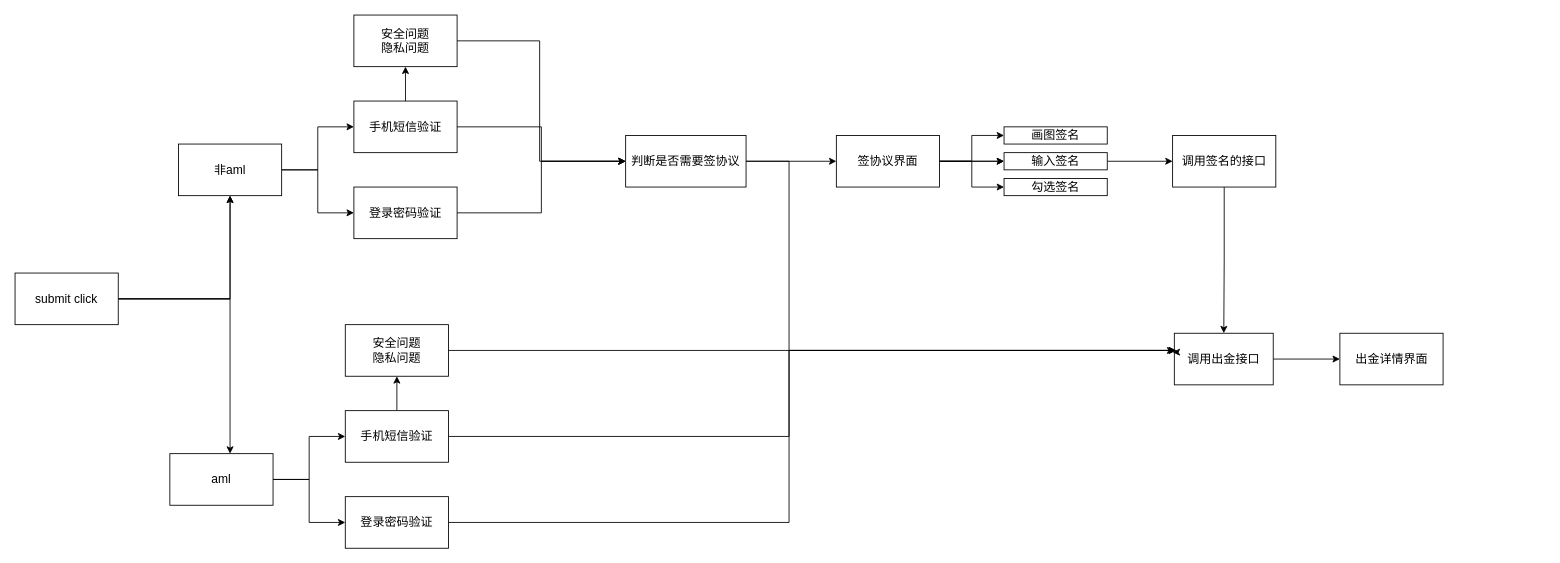
Above: page "美股出金流程" (6 of 6) of Untitled Diagram.drawio in damoOnly/school (draw.io), before the change. Source tidied: cells renumbered, new cells numbered last; positions are measured from the earlier drawing's top-left corner, leaving out a move shared by most shapes. Both pictures are drawn from the tidied source at 86%, with x=0, y=0 at pixel (15, 15).
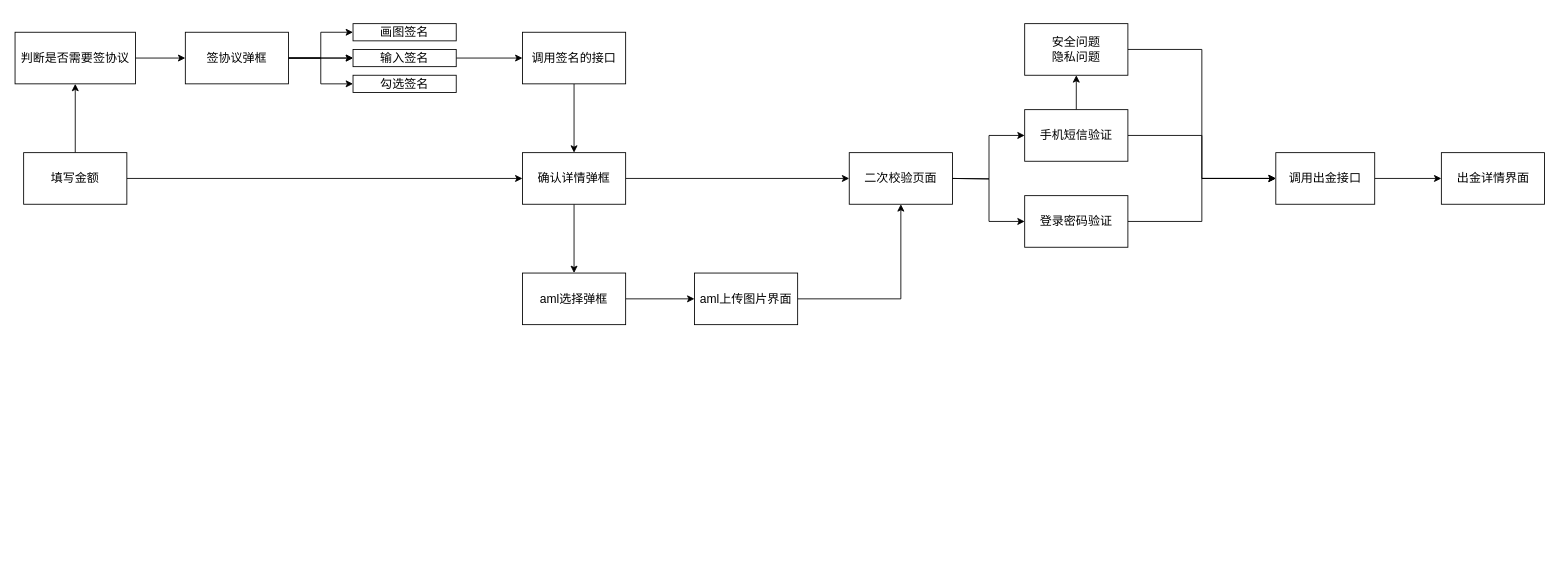
After the change.

The edit, as a diff of the source:
```diff
@@
-    <mxCell id="2" style="edgeStyle=orthogonalEdgeStyle;rounded=0;jettySize=auto;html=1;" parent="1" edge="1" source="5" target="8">
-      <mxGeometry relative="1" as="geometry" />
-    </mxCell>
-    <mxCell id="3" style="edgeStyle=orthogonalEdgeStyle;rounded=0;jettySize=auto;html=1;" parent="1" edge="1" source="5" target="8">
-      <mxGeometry relative="1" as="geometry" />
-    </mxCell>
-    <mxCell id="4" style="edgeStyle=orthogonalEdgeStyle;rounded=0;jettySize=auto;html=1;exitX=1;exitY=0.5;exitDx=0;exitDy=0;" parent="1" edge="1" source="5" target="11">
-      <mxGeometry relative="1" as="geometry">
-        <Array as="points">
-          <mxPoint x="250" y="330" />
-        </Array>
-      </mxGeometry>
-    </mxCell>
+    <mxCell id="43" style="edgeStyle=orthogonalEdgeStyle;rounded=0;jettySize=auto;html=1;" parent="1" edge="1" source="5" target="47">
+      <mxGeometry relative="1" as="geometry" />
+    </mxCell>
+    <mxCell id="44" style="edgeStyle=orthogonalEdgeStyle;rounded=0;jettySize=auto;html=1;entryX=0.5;entryY=1;entryDx=0;entryDy=0;" parent="1" edge="1" source="5" target="21">
+      <mxGeometry relative="1" as="geometry" />
+    </mxCell>
-    <mxCell id="5" value="submit click" style="rounded=0;whiteSpace=wrap;html=1;fontSize=14;" parent="1" vertex="1">
-      <mxGeometry y="300" width="120" height="60" as="geometry" />
+    <mxCell id="5" value="填写金额" style="rounded=0;whiteSpace=wrap;html=1;fontSize=14;" parent="1" vertex="1">
+      <mxGeometry x="10" y="160" width="120" height="60" as="geometry" />
     </mxCell>
-    <mxCell id="6" style="edgeStyle=orthogonalEdgeStyle;rounded=0;jettySize=auto;html=1;" parent="1" edge="1" source="8" target="14">
-      <mxGeometry relative="1" as="geometry" />
-    </mxCell>
-    <mxCell id="7" style="edgeStyle=orthogonalEdgeStyle;rounded=0;jettySize=auto;html=1;" parent="1" edge="1" source="8" target="16">
-      <mxGeometry relative="1" as="geometry" />
-    </mxCell>
-    <mxCell id="8" value="非aml" style="whiteSpace=wrap;html=1;fontSize=14;rounded=0;" parent="1" vertex="1">
-      <mxGeometry x="190" y="150" width="120" height="60" as="geometry" />
-    </mxCell>
-    <mxCell id="9" style="edgeStyle=orthogonalEdgeStyle;rounded=0;jettySize=auto;html=1;entryX=0;entryY=0.5;entryDx=0;entryDy=0;" parent="1" edge="1" source="11" target="37">
-      <mxGeometry relative="1" as="geometry" />
-    </mxCell>
-    <mxCell id="10" style="edgeStyle=orthogonalEdgeStyle;rounded=0;jettySize=auto;html=1;entryX=0;entryY=0.5;entryDx=0;entryDy=0;" parent="1" edge="1" source="11" target="39">
-      <mxGeometry relative="1" as="geometry" />
-    </mxCell>
-    <mxCell id="11" value="aml" style="whiteSpace=wrap;html=1;fontSize=14;rounded=0;" parent="1" vertex="1">
-      <mxGeometry x="180" y="510" width="120" height="60" as="geometry" />
-    </mxCell>
-    <mxCell id="12" style="edgeStyle=orthogonalEdgeStyle;rounded=0;jettySize=auto;html=1;" parent="1" edge="1" source="14" target="18">
-      <mxGeometry relative="1" as="geometry" />
-    </mxCell>
-    <mxCell id="13" style="edgeStyle=orthogonalEdgeStyle;rounded=0;jettySize=auto;html=1;" parent="1" edge="1" source="14" target="21">
-      <mxGeometry relative="1" as="geometry" />
-    </mxCell>
-    <mxCell id="14" value="手机短信验证" style="whiteSpace=wrap;html=1;fontSize=14;rounded=0;" parent="1" vertex="1">
-      <mxGeometry x="394" y="100" width="120" height="60" as="geometry" />
-    </mxCell>
-    <mxCell id="15" style="edgeStyle=orthogonalEdgeStyle;rounded=0;jettySize=auto;html=1;entryX=0;entryY=0.5;entryDx=0;entryDy=0;" parent="1" edge="1" source="16" target="21">
-      <mxGeometry relative="1" as="geometry" />
-    </mxCell>
-    <mxCell id="16" value="登录密码验证" style="whiteSpace=wrap;html=1;fontSize=14;rounded=0;" parent="1" vertex="1">
-      <mxGeometry x="394" y="200" width="120" height="60" as="geometry" />
-    </mxCell>
-    <mxCell id="17" style="edgeStyle=orthogonalEdgeStyle;rounded=0;jettySize=auto;html=1;entryX=0;entryY=0.5;entryDx=0;entryDy=0;" parent="1" edge="1" source="18" target="21">
-      <mxGeometry relative="1" as="geometry">
-        <Array as="points">
-          <mxPoint x="610" y="30" />
-          <mxPoint x="610" y="170" />
-        </Array>
-      </mxGeometry>
-    </mxCell>
-    <mxCell id="18" value="安全问题&lt;br&gt;隐私问题" style="whiteSpace=wrap;html=1;fontSize=14;rounded=0;" parent="1" vertex="1">
-      <mxGeometry x="394" width="120" height="60" as="geometry" />
-    </mxCell>
-    <mxCell id="19" style="edgeStyle=orthogonalEdgeStyle;rounded=0;jettySize=auto;html=1;" parent="1" edge="1" source="21" target="23">
-      <mxGeometry relative="1" as="geometry">
-        <Array as="points">
-          <mxPoint x="900" y="170" />
-          <mxPoint x="900" y="390" />
-        </Array>
-      </mxGeometry>
-    </mxCell>
-    <mxCell id="20" style="edgeStyle=orthogonalEdgeStyle;rounded=0;jettySize=auto;html=1;" parent="1" edge="1" source="21" target="27">
-      <mxGeometry relative="1" as="geometry" />
-    </mxCell>
-    <mxCell id="21" value="判断是否需要签协议" style="whiteSpace=wrap;html=1;fontSize=14;rounded=0;" parent="1" vertex="1">
-      <mxGeometry x="710" y="140" width="140" height="60" as="geometry" />
-    </mxCell>
+    <mxCell id="45" style="edgeStyle=orthogonalEdgeStyle;rounded=0;jettySize=auto;html=1;" parent="1" edge="1" source="47" target="48">
+      <mxGeometry relative="1" as="geometry" />
+    </mxCell>
+    <mxCell id="46" style="edgeStyle=orthogonalEdgeStyle;rounded=0;jettySize=auto;html=1;entryX=0.5;entryY=0;entryDx=0;entryDy=0;" parent="1" edge="1" source="47" target="66">
+      <mxGeometry relative="1" as="geometry" />
+    </mxCell>
+    <mxCell id="47" value="确认详情弹框" style="whiteSpace=wrap;html=1;fontSize=14;rounded=0;" parent="1" vertex="1">
+      <mxGeometry x="590" y="160" width="120" height="60" as="geometry" />
+    </mxCell>
+    <mxCell id="48" value="二次校验页面" style="whiteSpace=wrap;html=1;fontSize=14;rounded=0;" parent="1" vertex="1">
+      <mxGeometry x="970" y="160" width="120" height="60" as="geometry" />
+    </mxCell>
+    <mxCell id="49" style="edgeStyle=orthogonalEdgeStyle;rounded=0;jettySize=auto;html=1;entryX=0;entryY=0.5;entryDx=0;entryDy=0;" parent="1" edge="1" target="53">
+      <mxGeometry relative="1" as="geometry">
+        <mxPoint x="1090" y="190" as="sourcePoint" />
+      </mxGeometry>
+    </mxCell>
+    <mxCell id="50" style="edgeStyle=orthogonalEdgeStyle;rounded=0;jettySize=auto;html=1;entryX=0;entryY=0.5;entryDx=0;entryDy=0;" parent="1" edge="1" target="55">
+      <mxGeometry relative="1" as="geometry">
+        <mxPoint x="1090" y="190" as="sourcePoint" />
+      </mxGeometry>
+    </mxCell>
+    <mxCell id="51" style="edgeStyle=orthogonalEdgeStyle;rounded=0;jettySize=auto;html=1;" parent="1" edge="1" source="53" target="57">
+      <mxGeometry relative="1" as="geometry" />
+    </mxCell>
+    <mxCell id="52" style="edgeStyle=orthogonalEdgeStyle;rounded=0;jettySize=auto;html=1;" parent="1" edge="1" source="53" target="23">
+      <mxGeometry relative="1" as="geometry" />
+    </mxCell>
+    <mxCell id="53" value="手机短信验证" style="whiteSpace=wrap;html=1;fontSize=14;rounded=0;" parent="1" vertex="1">
+      <mxGeometry x="1174" y="110" width="120" height="60" as="geometry" />
+    </mxCell>
+    <mxCell id="54" style="edgeStyle=orthogonalEdgeStyle;rounded=0;jettySize=auto;html=1;" parent="1" edge="1" source="55" target="23">
+      <mxGeometry relative="1" as="geometry" />
+    </mxCell>
+    <mxCell id="55" value="登录密码验证" style="whiteSpace=wrap;html=1;fontSize=14;rounded=0;" parent="1" vertex="1">
+      <mxGeometry x="1174" y="210" width="120" height="60" as="geometry" />
+    </mxCell>
+    <mxCell id="56" style="edgeStyle=orthogonalEdgeStyle;rounded=0;jettySize=auto;html=1;entryX=0;entryY=0.5;entryDx=0;entryDy=0;" parent="1" edge="1" source="57" target="23">
+      <mxGeometry relative="1" as="geometry" />
+    </mxCell>
+    <mxCell id="57" value="安全问题&lt;br&gt;隐私问题" style="whiteSpace=wrap;html=1;fontSize=14;rounded=0;" parent="1" vertex="1">
+      <mxGeometry x="1174" y="10" width="120" height="60" as="geometry" />
+    </mxCell>
@@
     <mxCell id="23" value="调用出金接口" style="whiteSpace=wrap;html=1;fontSize=14;rounded=0;" parent="1" vertex="1">
-      <mxGeometry x="1348" y="370" width="115" height="60" as="geometry" />
+      <mxGeometry x="1466" y="160" width="115" height="60" as="geometry" />
     </mxCell>
-    <mxCell id="24" style="edgeStyle=orthogonalEdgeStyle;rounded=0;jettySize=auto;html=1;" parent="1" edge="1" source="27" target="28">
-      <mxGeometry relative="1" as="geometry" />
-    </mxCell>
-    <mxCell id="25" style="edgeStyle=orthogonalEdgeStyle;rounded=0;jettySize=auto;html=1;" parent="1" edge="1" source="27" target="32">
-      <mxGeometry relative="1" as="geometry" />
-    </mxCell>
-    <mxCell id="26" style="edgeStyle=orthogonalEdgeStyle;rounded=0;jettySize=auto;html=1;entryX=0;entryY=0.5;entryDx=0;entryDy=0;" parent="1" edge="1" source="27" target="29">
-      <mxGeometry relative="1" as="geometry" />
-    </mxCell>
-    <mxCell id="27" value="签协议界面" style="whiteSpace=wrap;html=1;fontSize=14;rounded=0;" parent="1" vertex="1">
-      <mxGeometry x="955" y="140" width="120" height="60" as="geometry" />
-    </mxCell>
+    <mxCell id="42" value="出金详情界面" style="whiteSpace=wrap;html=1;fontSize=14;rounded=0;" parent="1" vertex="1">
+      <mxGeometry x="1658.5" y="160" width="120" height="60" as="geometry" />
+    </mxCell>
+    <mxCell id="58" style="edgeStyle=orthogonalEdgeStyle;rounded=0;jettySize=auto;html=1;" parent="1" edge="1" source="21" target="62">
+      <mxGeometry relative="1" as="geometry" />
+    </mxCell>
+    <mxCell id="21" value="判断是否需要签协议" style="whiteSpace=wrap;html=1;fontSize=14;rounded=0;" parent="1" vertex="1">
+      <mxGeometry y="20" width="140" height="60" as="geometry" />
+    </mxCell>
+    <mxCell id="59" style="edgeStyle=orthogonalEdgeStyle;rounded=0;jettySize=auto;html=1;" parent="1" edge="1" source="62" target="28">
+      <mxGeometry relative="1" as="geometry" />
+    </mxCell>
+    <mxCell id="60" style="edgeStyle=orthogonalEdgeStyle;rounded=0;jettySize=auto;html=1;" parent="1" edge="1" source="62" target="32">
+      <mxGeometry relative="1" as="geometry" />
+    </mxCell>
+    <mxCell id="61" style="edgeStyle=orthogonalEdgeStyle;rounded=0;jettySize=auto;html=1;entryX=0;entryY=0.5;entryDx=0;entryDy=0;" parent="1" edge="1" source="62" target="29">
+      <mxGeometry relative="1" as="geometry" />
+    </mxCell>
+    <mxCell id="62" value="签协议弹框" style="whiteSpace=wrap;html=1;fontSize=14;rounded=0;" parent="1" vertex="1">
+      <mxGeometry x="198" y="20" width="120" height="60" as="geometry" />
+    </mxCell>
     <mxCell id="28" value="画图签名" style="whiteSpace=wrap;html=1;fontSize=14;rounded=0;" parent="1" vertex="1">
-      <mxGeometry x="1150" y="130" width="120" height="20" as="geometry" />
+      <mxGeometry x="393" y="10" width="120" height="20" as="geometry" />
     </mxCell>
     <mxCell id="29" value="勾选签名" style="whiteSpace=wrap;html=1;fontSize=14;rounded=0;" parent="1" vertex="1">
-      <mxGeometry x="1150" y="190" width="120" height="20" as="geometry" />
+      <mxGeometry x="393" y="70" width="120" height="20" as="geometry" />
     </mxCell>
-    <mxCell id="30" style="edgeStyle=orthogonalEdgeStyle;rounded=0;jettySize=auto;html=1;" parent="1" edge="1" source="27" target="32">
-      <mxGeometry relative="1" as="geometry" />
-    </mxCell>
+    <mxCell id="63" style="edgeStyle=orthogonalEdgeStyle;rounded=0;jettySize=auto;html=1;" parent="1" edge="1" source="62" target="32">
+      <mxGeometry relative="1" as="geometry" />
+    </mxCell>
@@
     <mxCell id="32" value="输入签名" style="whiteSpace=wrap;html=1;fontSize=14;rounded=0;" parent="1" vertex="1">
-      <mxGeometry x="1150" y="160" width="120" height="20" as="geometry" />
+      <mxGeometry x="393" y="40" width="120" height="20" as="geometry" />
     </mxCell>
-    <mxCell id="33" style="edgeStyle=orthogonalEdgeStyle;rounded=0;jettySize=auto;html=1;entryX=0.5;entryY=0;entryDx=0;entryDy=0;" parent="1" edge="1" source="34" target="23">
-      <mxGeometry relative="1" as="geometry" />
-    </mxCell>
+    <mxCell id="64" style="edgeStyle=orthogonalEdgeStyle;rounded=0;jettySize=auto;html=1;entryX=0.5;entryY=0;entryDx=0;entryDy=0;" parent="1" edge="1" source="34" target="47">
+      <mxGeometry relative="1" as="geometry" />
+    </mxCell>
     <mxCell id="34" value="调用签名的接口" style="whiteSpace=wrap;html=1;fontSize=14;rounded=0;" parent="1" vertex="1">
-      <mxGeometry x="1346" y="140" width="120" height="60" as="geometry" />
+      <mxGeometry x="590" y="20" width="120" height="60" as="geometry" />
     </mxCell>
-    <mxCell id="35" style="edgeStyle=orthogonalEdgeStyle;rounded=0;jettySize=auto;html=1;" parent="1" edge="1" source="37" target="41">
-      <mxGeometry relative="1" as="geometry" />
-    </mxCell>
-    <mxCell id="36" style="edgeStyle=orthogonalEdgeStyle;rounded=0;jettySize=auto;html=1;entryX=-0.017;entryY=0.367;entryDx=0;entryDy=0;entryPerimeter=0;" parent="1" edge="1" source="37" target="23">
-      <mxGeometry relative="1" as="geometry">
-        <Array as="points">
-          <mxPoint x="900" y="490" />
-          <mxPoint x="900" y="390" />
-          <mxPoint x="1350" y="390" />
-          <mxPoint x="1350" y="392" />
-        </Array>
-      </mxGeometry>
-    </mxCell>
-    <mxCell id="37" value="手机短信验证" style="whiteSpace=wrap;html=1;fontSize=14;rounded=0;" parent="1" vertex="1">
-      <mxGeometry x="384" y="460" width="120" height="60" as="geometry" />
-    </mxCell>
-    <mxCell id="38" style="edgeStyle=orthogonalEdgeStyle;rounded=0;jettySize=auto;html=1;" parent="1" edge="1" source="39">
-      <mxGeometry relative="1" as="geometry">
-        <mxPoint x="1350" y="390" as="targetPoint" />
-        <Array as="points">
-          <mxPoint x="900" y="590" />
-          <mxPoint x="900" y="390" />
-          <mxPoint x="1345" y="390" />
-        </Array>
-      </mxGeometry>
-    </mxCell>
-    <mxCell id="39" value="登录密码验证" style="whiteSpace=wrap;html=1;fontSize=14;rounded=0;" parent="1" vertex="1">
-      <mxGeometry x="384" y="560" width="120" height="60" as="geometry" />
-    </mxCell>
-    <mxCell id="40" style="edgeStyle=orthogonalEdgeStyle;rounded=0;jettySize=auto;html=1;" parent="1" edge="1" source="41">
-      <mxGeometry relative="1" as="geometry">
-        <mxPoint x="1350" y="390" as="targetPoint" />
-        <Array as="points">
-          <mxPoint x="1130" y="390" />
-          <mxPoint x="1130" y="390" />
-        </Array>
-      </mxGeometry>
-    </mxCell>
-    <mxCell id="41" value="安全问题&lt;br&gt;隐私问题" style="whiteSpace=wrap;html=1;fontSize=14;rounded=0;" parent="1" vertex="1">
-      <mxGeometry x="384" y="360" width="120" height="60" as="geometry" />
-    </mxCell>
-    <mxCell id="42" value="出金详情界面" style="whiteSpace=wrap;html=1;fontSize=14;rounded=0;" parent="1" vertex="1">
-      <mxGeometry x="1540.5" y="370" width="120" height="60" as="geometry" />
-    </mxCell>
+    <mxCell id="65" style="edgeStyle=orthogonalEdgeStyle;rounded=0;jettySize=auto;html=1;" parent="1" edge="1" source="66" target="68">
+      <mxGeometry relative="1" as="geometry" />
+    </mxCell>
+    <mxCell id="66" value="aml选择弹框" style="whiteSpace=wrap;html=1;fontSize=14;rounded=0;" parent="1" vertex="1">
+      <mxGeometry x="590" y="300" width="120" height="60" as="geometry" />
+    </mxCell>
+    <mxCell id="67" style="edgeStyle=orthogonalEdgeStyle;rounded=0;jettySize=auto;html=1;entryX=0.5;entryY=1;entryDx=0;entryDy=0;" parent="1" edge="1" source="68" target="48">
+      <mxGeometry relative="1" as="geometry" />
+    </mxCell>
+    <mxCell id="68" value="aml上传图片界面" style="whiteSpace=wrap;html=1;fontSize=14;rounded=0;" parent="1" vertex="1">
+      <mxGeometry x="790" y="300" width="120" height="60" as="geometry" />
+    </mxCell>
```
